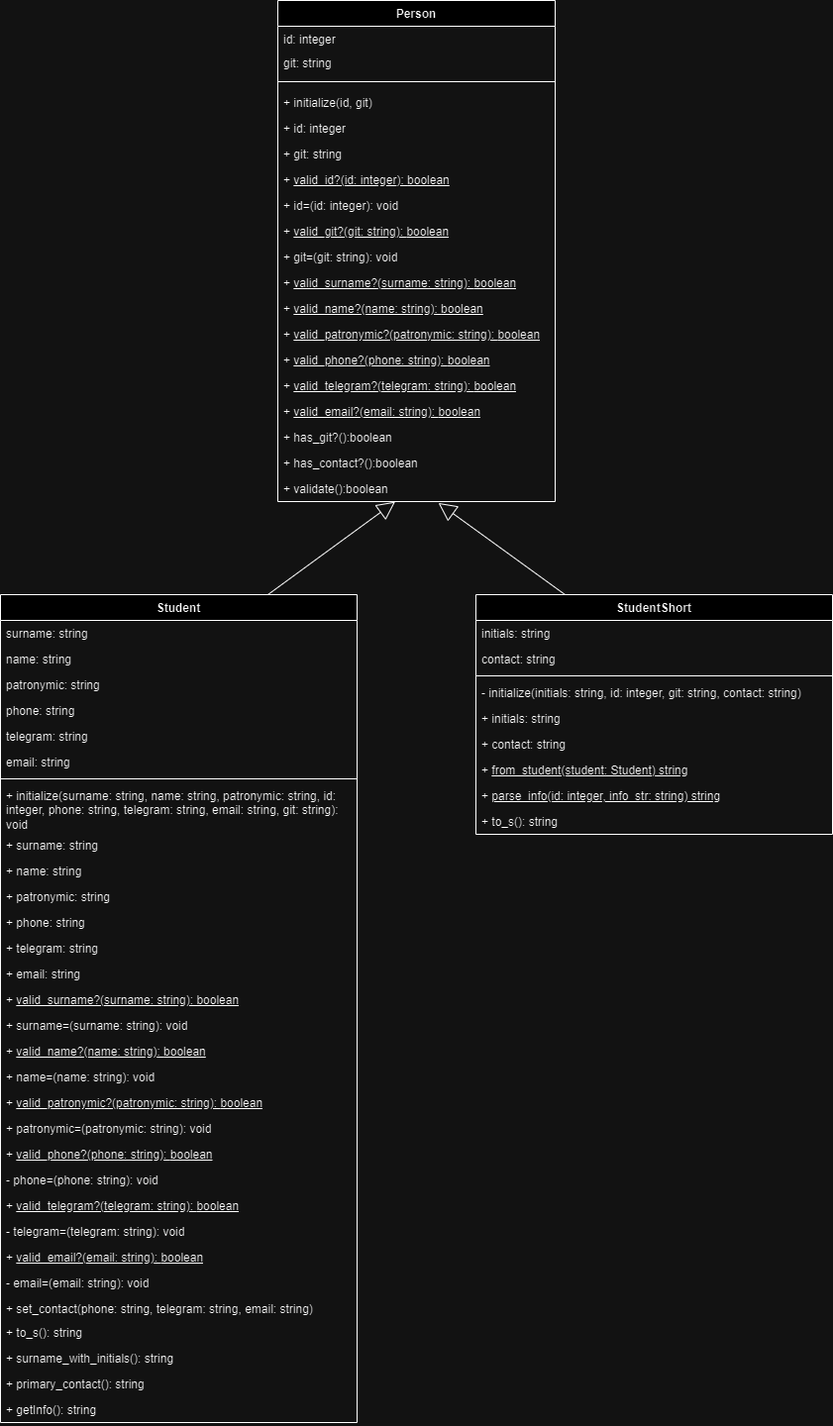
This is Student/class_diagram.png from thesmalllest/ruby_labs, a draw.io export, as it was before one commit. Source tidied: cells renumbered, new cells last; positions are measured from the earlier drawing's top-left corner, leaving out a move shared by most shapes.
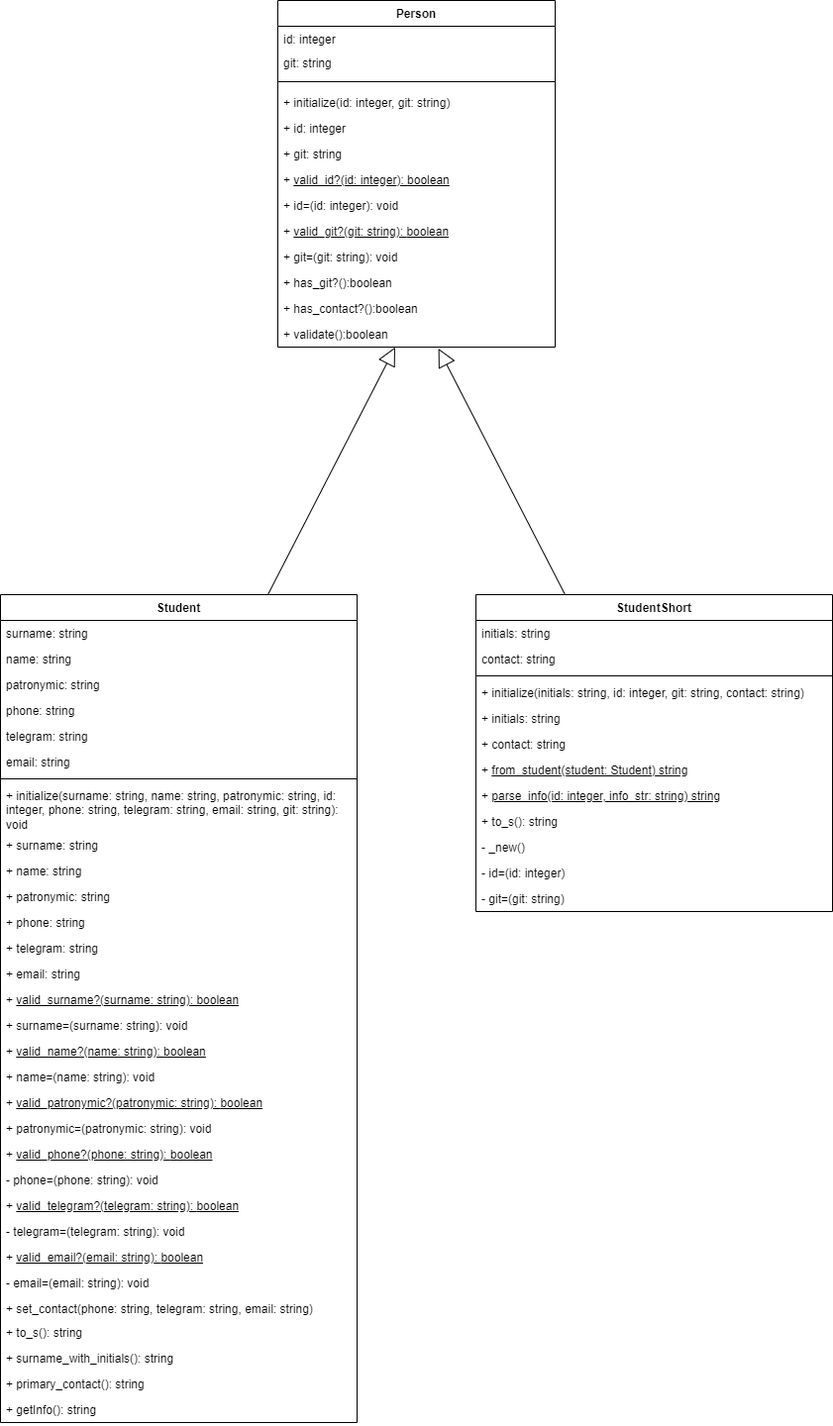
Later version of the same file.

What changed in the source:
```diff
@@ -3,7 +3,7 @@
     <mxCell id="0" />
     <mxCell id="1" parent="0" />
     <mxCell id="2" value="Person" style="swimlane;fontStyle=1;align=center;verticalAlign=top;horizontal=1;startSize=26;whiteSpace=wrap;html=1;" parent="1" vertex="1">
-      <mxGeometry x="280" width="280" height="506" as="geometry" />
+      <mxGeometry x="280" width="280" height="350" as="geometry" />
     </mxCell>
     <mxCell id="3" value="id: integer&lt;div&gt;&lt;br&gt;&lt;/div&gt;" style="text;strokeColor=none;fillColor=none;align=left;verticalAlign=top;spacingLeft=4;spacingRight=4;overflow=hidden;whiteSpace=wrap;html=1;" parent="2" vertex="1">
       <mxGeometry y="26" width="280" height="24" as="geometry" />
@@ -14,7 +14,7 @@
     <mxCell id="5" style="line;strokeWidth=1;fillColor=none;align=left;verticalAlign=middle;spacingTop=-1;spacingLeft=3;spacingRight=3;labelPosition=right;strokeColor=inherit;" parent="2" vertex="1">
       <mxGeometry y="74" width="280" height="16" as="geometry" />
     </mxCell>
-    <mxCell id="6" value="+ initialize(id, git)" style="text;strokeColor=none;fillColor=none;align=left;verticalAlign=top;spacingLeft=4;spacingRight=4;overflow=hidden;whiteSpace=wrap;html=1;" parent="2" vertex="1">
+    <mxCell id="6" value="+ initialize(id: integer, git: string)" style="text;strokeColor=none;fillColor=none;align=left;verticalAlign=top;spacingLeft=4;spacingRight=4;overflow=hidden;whiteSpace=wrap;html=1;" parent="2" vertex="1">
       <mxGeometry y="90" width="280" height="26" as="geometry" />
     </mxCell>
     <mxCell id="7" value="+ id: integer&lt;div&gt;&lt;br&gt;&lt;/div&gt;" style="text;strokeColor=none;fillColor=none;align=left;verticalAlign=top;spacingLeft=4;spacingRight=4;overflow=hidden;whiteSpace=wrap;html=1;" parent="2" vertex="1">
@@ -35,32 +35,14 @@
     <mxCell id="12" value="+ git=(git: string): void" style="text;strokeColor=none;fillColor=none;align=left;verticalAlign=top;spacingLeft=4;spacingRight=4;overflow=hidden;whiteSpace=wrap;html=1;" parent="2" vertex="1">
       <mxGeometry y="246" width="280" height="26" as="geometry" />
     </mxCell>
-    <mxCell id="13" value="+ &lt;u&gt;valid_surname?(surname: string):&amp;nbsp;&lt;/u&gt;&lt;u&gt;boolean&lt;/u&gt;" style="text;strokeColor=none;fillColor=none;align=left;verticalAlign=top;spacingLeft=4;spacingRight=4;overflow=hidden;whiteSpace=wrap;html=1;" parent="2" vertex="1">
-      <mxGeometry y="272" width="280" height="26" as="geometry" />
-    </mxCell>
-    <mxCell id="14" value="+ &lt;u&gt;valid_name?(name: string):&amp;nbsp;&lt;/u&gt;&lt;u&gt;boolean&lt;/u&gt;" style="text;strokeColor=none;fillColor=none;align=left;verticalAlign=top;spacingLeft=4;spacingRight=4;overflow=hidden;whiteSpace=wrap;html=1;" parent="2" vertex="1">
-      <mxGeometry y="298" width="280" height="26" as="geometry" />
-    </mxCell>
-    <mxCell id="15" value="+ &lt;u&gt;valid_patronymic?(patronymic: string):&amp;nbsp;&lt;/u&gt;&lt;u&gt;boolean&lt;/u&gt;" style="text;strokeColor=none;fillColor=none;align=left;verticalAlign=top;spacingLeft=4;spacingRight=4;overflow=hidden;whiteSpace=wrap;html=1;" parent="2" vertex="1">
-      <mxGeometry y="324" width="280" height="26" as="geometry" />
-    </mxCell>
-    <mxCell id="16" value="+ &lt;u&gt;valid_phone?(phone: string):&amp;nbsp;&lt;/u&gt;&lt;u&gt;boolean&lt;/u&gt;" style="text;strokeColor=none;fillColor=none;align=left;verticalAlign=top;spacingLeft=4;spacingRight=4;overflow=hidden;whiteSpace=wrap;html=1;" parent="2" vertex="1">
-      <mxGeometry y="350" width="280" height="26" as="geometry" />
-    </mxCell>
-    <mxCell id="17" value="+ &lt;u&gt;valid_telegram?(telegram: string):&amp;nbsp;&lt;/u&gt;&lt;u&gt;boolean&lt;/u&gt;" style="text;strokeColor=none;fillColor=none;align=left;verticalAlign=top;spacingLeft=4;spacingRight=4;overflow=hidden;whiteSpace=wrap;html=1;" parent="2" vertex="1">
-      <mxGeometry y="376" width="280" height="26" as="geometry" />
-    </mxCell>
-    <mxCell id="18" value="+ &lt;u&gt;valid_email?(email: string):&amp;nbsp;&lt;/u&gt;&lt;u&gt;boolean&lt;/u&gt;" style="text;strokeColor=none;fillColor=none;align=left;verticalAlign=top;spacingLeft=4;spacingRight=4;overflow=hidden;whiteSpace=wrap;html=1;" parent="2" vertex="1">
-      <mxGeometry y="402" width="280" height="26" as="geometry" />
-    </mxCell>
     <mxCell id="19" value="+ has_git?():boolean" style="text;strokeColor=none;fillColor=none;align=left;verticalAlign=top;spacingLeft=4;spacingRight=4;overflow=hidden;whiteSpace=wrap;html=1;" parent="2" vertex="1">
-      <mxGeometry y="428" width="280" height="26" as="geometry" />
+      <mxGeometry y="272" width="280" height="26" as="geometry" />
     </mxCell>
     <mxCell id="20" value="+ has_contact?():boolean" style="text;strokeColor=none;fillColor=none;align=left;verticalAlign=top;spacingLeft=4;spacingRight=4;overflow=hidden;whiteSpace=wrap;html=1;" parent="2" vertex="1">
-      <mxGeometry y="454" width="280" height="26" as="geometry" />
+      <mxGeometry y="298" width="280" height="26" as="geometry" />
     </mxCell>
     <mxCell id="21" value="+ validate():boolean" style="text;strokeColor=none;fillColor=none;align=left;verticalAlign=top;spacingLeft=4;spacingRight=4;overflow=hidden;points=[[0,0.5],[1,0.5]];portConstraint=eastwest;whiteSpace=wrap;html=1;" parent="2" vertex="1">
-      <mxGeometry y="480" width="280" height="26" as="geometry" />
+      <mxGeometry y="324" width="280" height="26" as="geometry" />
     </mxCell>
     <mxCell id="22" value="Student" style="swimlane;fontStyle=1;align=center;verticalAlign=top;horizontal=1;startSize=26;whiteSpace=wrap;html=1;" parent="1" vertex="1">
       <mxGeometry y="600" width="360" height="836" as="geometry" />
@@ -159,7 +141,7 @@
       <mxGeometry y="810" width="360" height="26" as="geometry" />
     </mxCell>
     <mxCell id="54" value="StudentShort" style="swimlane;fontStyle=1;align=center;verticalAlign=top;horizontal=1;startSize=26;whiteSpace=wrap;html=1;" parent="1" vertex="1">
-      <mxGeometry x="480" y="600" width="360" height="242" as="geometry" />
+      <mxGeometry x="480" y="600" width="360" height="320" as="geometry" />
     </mxCell>
     <mxCell id="55" value="initials: string" style="text;strokeColor=none;fillColor=none;align=left;verticalAlign=top;spacingLeft=4;spacingRight=4;overflow=hidden;whiteSpace=wrap;html=1;" parent="54" vertex="1">
       <mxGeometry y="26" width="360" height="26" as="geometry" />
@@ -170,7 +152,7 @@
     <mxCell id="57" style="line;strokeWidth=1;fillColor=none;align=left;verticalAlign=middle;spacingTop=-1;spacingLeft=3;spacingRight=3;labelPosition=right;strokeColor=inherit;" parent="54" vertex="1">
       <mxGeometry y="78" width="360" height="8" as="geometry" />
     </mxCell>
-    <mxCell id="58" value="- initialize(initials: string, id: integer, git: string, contact: string)" style="text;strokeColor=none;fillColor=none;align=left;verticalAlign=top;spacingLeft=4;spacingRight=4;overflow=hidden;whiteSpace=wrap;html=1;" parent="54" vertex="1">
+    <mxCell id="58" value="+ initialize(initials: string, id: integer, git: string, contact: string)" style="text;strokeColor=none;fillColor=none;align=left;verticalAlign=top;spacingLeft=4;spacingRight=4;overflow=hidden;whiteSpace=wrap;html=1;" parent="54" vertex="1">
       <mxGeometry y="86" width="360" height="26" as="geometry" />
     </mxCell>
     <mxCell id="59" value="+ initials: string" style="text;strokeColor=none;fillColor=none;align=left;verticalAlign=top;spacingLeft=4;spacingRight=4;overflow=hidden;whiteSpace=wrap;html=1;" parent="54" vertex="1">
@@ -188,6 +170,15 @@
     <mxCell id="63" value="+ to_s(): string" style="text;strokeColor=none;fillColor=none;align=left;verticalAlign=top;spacingLeft=4;spacingRight=4;overflow=hidden;whiteSpace=wrap;html=1;" parent="54" vertex="1">
       <mxGeometry y="216" width="360" height="26" as="geometry" />
     </mxCell>
+    <mxCell id="66" value="- _new()" style="text;strokeColor=none;fillColor=none;align=left;verticalAlign=top;spacingLeft=4;spacingRight=4;overflow=hidden;whiteSpace=wrap;html=1;" parent="54" vertex="1">
+      <mxGeometry y="242" width="360" height="26" as="geometry" />
+    </mxCell>
+    <mxCell id="67" value="- id=(id: integer)" style="text;strokeColor=none;fillColor=none;align=left;verticalAlign=top;spacingLeft=4;spacingRight=4;overflow=hidden;whiteSpace=wrap;html=1;" parent="54" vertex="1">
+      <mxGeometry y="268" width="360" height="26" as="geometry" />
+    </mxCell>
+    <mxCell id="68" value="- git=(git: string)" style="text;strokeColor=none;fillColor=none;align=left;verticalAlign=top;spacingLeft=4;spacingRight=4;overflow=hidden;whiteSpace=wrap;html=1;" parent="54" vertex="1">
+      <mxGeometry y="294" width="360" height="26" as="geometry" />
+    </mxCell>
     <mxCell id="64" style="endArrow=block;endSize=16;endFill=0;html=1;rounded=0;fontSize=12;curved=1;exitX=0.75;exitY=0;exitDx=0;exitDy=0;entryX=0.423;entryY=1.006;entryDx=0;entryDy=0;entryPerimeter=0;" parent="1" edge="1" source="22" target="21">
       <mxGeometry x="-1" y="80" relative="1" as="geometry">
         <mxPoint x="-4" y="2" as="offset" />
```
